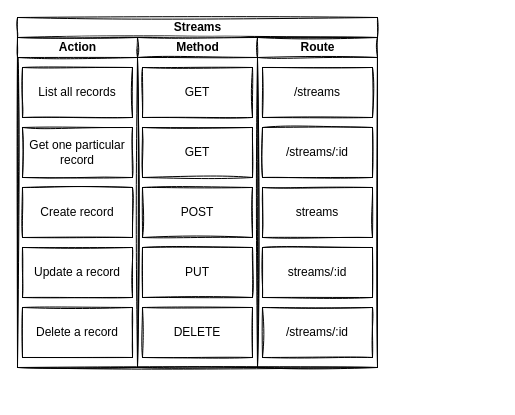
This is page "Server" (2 of 2) of Stream App.drawio from djn198306/Diagrams, a draw.io file, before an edit. Source tidied: cells renumbered, new cells numbered last; positions are measured from the earlier drawing's top-left corner, leaving out a move shared by most shapes. Both pictures are drawn from the tidied source at 100%, with x=0, y=0 at pixel (17, 17).
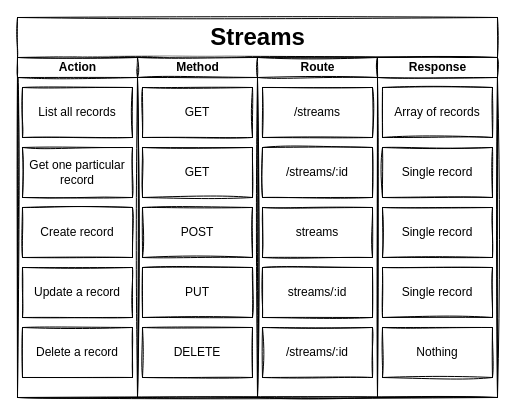
After the change.

Diff of the diagram source:
```diff
@@
-    <mxCell id="2" value="Streams" style="swimlane;html=1;startSize=20;align=center;swimlaneLine=1;shadow=0;sketch=1;" parent="1" vertex="1">
-      <mxGeometry width="360" height="350" as="geometry" />
+    <mxCell id="2" value="&lt;font style=&quot;font-size: 24px&quot;&gt;Streams&lt;/font&gt;" style="swimlane;html=1;startSize=40;align=center;swimlaneLine=1;shadow=0;sketch=1;" parent="1" vertex="1">
+      <mxGeometry width="480" height="380" as="geometry" />
     </mxCell>
     <mxCell id="3" value="Action" style="swimlane;html=1;startSize=20;swimlaneLine=1;shadow=0;sketch=1;" parent="2" vertex="1">
-      <mxGeometry y="20" width="120" height="330" as="geometry" />
+      <mxGeometry y="40" width="120" height="340" as="geometry" />
     </mxCell>
@@
     <mxCell id="9" value="Method" style="swimlane;html=1;startSize=20;swimlaneLine=1;shadow=0;sketch=1;" parent="2" vertex="1">
-      <mxGeometry x="120" y="20" width="120" height="330" as="geometry" />
+      <mxGeometry x="120" y="40" width="120" height="340" as="geometry" />
     </mxCell>
@@
     <mxCell id="15" value="Route" style="swimlane;html=1;startSize=20;swimlaneLine=1;shadow=0;sketch=1;" parent="2" vertex="1">
-      <mxGeometry x="240" y="20" width="120" height="330" as="geometry" />
+      <mxGeometry x="240" y="40" width="120" height="340" as="geometry" />
     </mxCell>
@@
+    <mxCell id="21" value="Response" style="swimlane;html=1;startSize=20;swimlaneLine=1;shadow=0;sketch=1;" parent="2" vertex="1">
+      <mxGeometry x="360" y="40" width="120" height="340" as="geometry" />
+    </mxCell>
+    <mxCell id="22" value="Nothing" style="html=1;shadow=0;sketch=1;align=center;whiteSpace=wrap;" parent="21" vertex="1">
+      <mxGeometry x="5" y="270" width="110" height="50" as="geometry" />
+    </mxCell>
+    <mxCell id="23" value="Array of records" style="html=1;shadow=0;sketch=1;align=center;whiteSpace=wrap;" parent="21" vertex="1">
+      <mxGeometry x="5" y="30" width="110" height="50" as="geometry" />
+    </mxCell>
+    <mxCell id="24" value="Single record" style="html=1;shadow=0;sketch=1;align=center;whiteSpace=wrap;" parent="21" vertex="1">
+      <mxGeometry x="5" y="90" width="110" height="50" as="geometry" />
+    </mxCell>
+    <mxCell id="25" value="Single record" style="html=1;shadow=0;sketch=1;align=center;whiteSpace=wrap;" parent="21" vertex="1">
+      <mxGeometry x="5" y="150" width="110" height="50" as="geometry" />
+    </mxCell>
+    <mxCell id="26" value="Single record" style="html=1;shadow=0;sketch=1;align=center;whiteSpace=wrap;" parent="21" vertex="1">
+      <mxGeometry x="5" y="210" width="110" height="50" as="geometry" />
+    </mxCell>
```
